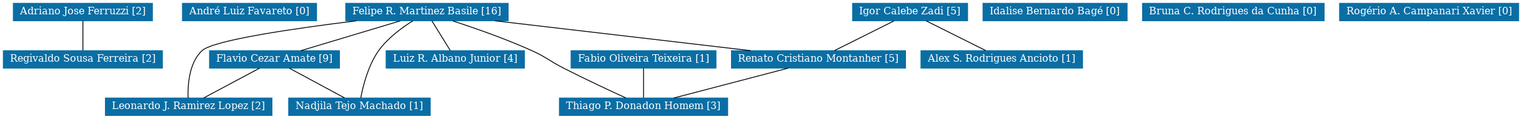
Data-Science-Research/colaboracaoacademicaGITES keeps this Graphviz diagram as grafoDeColaboracoesSemPesos.png. Above is the earlier version. Its source is kept beside it as grafoDeColaboracoesSemPesos.dot.
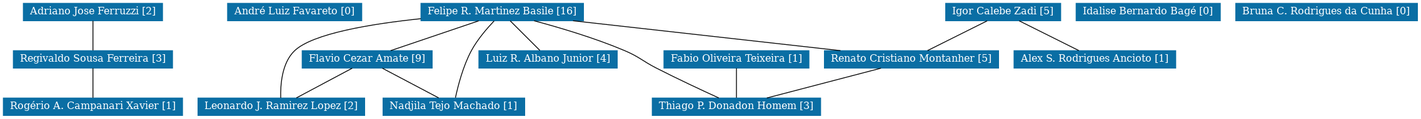
After the commit.

The edit, as a diff of the source:
```diff
@@ -1,5 +1,5 @@
 strict graph grafo1 {
-	graph [bb="0,0,1819,135",
+	graph [bb="0,0,1696.5,135",
 		id=grafo1,
 		overlap=False
 	];
@@ -13,124 +13,125 @@
 		fontcolor="#FFFFFF",
 		height=0.29167,
 		label="Adriano Jose Ferruzzi [2]",
-		pos="95.5,124.5",
+		pos="107.5,124.5",
 		width=2.3194];
 	8	[URL="membro-8291123108448027.html",
 		color="#0A6EA4",
 		fontcolor="#FFFFFF",
 		height=0.29167,
-		label="Regivaldo Sousa Ferreira [2]",
-		pos="95.5,67.5",
+		label="Regivaldo Sousa Ferreira [3]",
+		pos="107.5,67.5",
 		width=2.6528];
-	0 -- 8	[pos="95.5,113.92 95.5,103.95 95.5,88.408 95.5,78.341"];
+	0 -- 8	[pos="107.5,113.92 107.5,103.95 107.5,88.408 107.5,78.341"];
+	12	[URL="membro-5904768897181890.html",
+		color="#0A6EA4",
+		fontcolor="#FFFFFF",
+		height=0.29167,
+		label="Rogério A. Campanari Xavier [1]",
+		pos="107.5,10.5",
+		width=2.9861];
+	8 -- 12	[pos="107.5,56.92 107.5,46.948 107.5,31.408 107.5,21.341"];
 	1	[URL="membro-1741814375809802.html",
 		color="#0A6EA4",
 		fontcolor="#FFFFFF",
 		height=0.29167,
 		label="André Luiz Favareto [0]",
-		pos="295.5,124.5",
+		pos="349.5,124.5",
 		width=2.2361];
 	2	[URL="membro-9543740522912391.html",
 		color="#0A6EA4",
 		fontcolor="#FFFFFF",
 		height=0.29167,
 		label="Fabio Oliveira Teixeira [1]",
-		pos="768.5,67.5",
+		pos="879.5,67.5",
 		width=2.4167];
 	13	[URL="membro-6109272293288485.html",
 		color="#0A6EA4",
 		fontcolor="#FFFFFF",
 		height=0.29167,
 		label="Thiago P. Donadon Homem [3]",
-		pos="768.5,10.5",
+		pos="879.5,10.5",
 		width=2.8056];
-	2 -- 13	[pos="768.5,56.92 768.5,46.948 768.5,31.408 768.5,21.341"];
+	2 -- 13	[pos="879.5,56.92 879.5,46.948 879.5,31.408 879.5,21.341"];
 	3	[URL="membro-6413817150886826.html",
 		color="#0A6EA4",
 		fontcolor="#FFFFFF",
 		height=0.29167,
 		label="Felipe R. Martinez Basile [16]",
-		pos="508.5,124.5",
+		pos="598.5,124.5",
 		width=2.7083];
-	3 -- 13	[pos="539.08,113.97 564.93,105.55 602.73,92.407 634.5,78 652.07,70.031 655.33,65.803 672.5,57 697.94,43.958 727.77,30.029 747.34,21.068"];
+	3 -- 13	[pos="636.72,113.98 666.85,105.93 709.61,93.279 745.5,78 763.25,70.441 766.33,65.803 783.5,57 808.94,43.958 838.77,30.029 858.34,21.068"];
 	4	[URL="membro-8976791755900010.html",
 		color="#0A6EA4",
 		fontcolor="#FFFFFF",
 		height=0.29167,
 		label="Flavio Cezar Amate [9]",
-		pos="325.5,67.5",
+		pos="436.5,67.5",
 		width=2.1667];
-	3 -- 4	[pos="476.62,113.92 443.14,103.86 390.78,88.12 357.32,78.063"];
+	3 -- 4	[pos="570.28,113.92 540.64,103.86 494.29,88.12 464.67,78.063"];
 	7	[URL="membro-8754322948547165.html",
 		color="#0A6EA4",
 		fontcolor="#FFFFFF",
 		height=0.29167,
 		label="Luiz R. Albano Junior [4]",
-		pos="542.5,67.5",
+		pos="653.5,67.5",
 		width=2.3056];
-	3 -- 7	[pos="514.42,113.92 520.59,103.95 530.19,88.408 536.42,78.341"];
+	3 -- 7	[pos="608.08,113.92 618.05,103.95 633.59,88.408 643.66,78.341"];
 	9	[URL="membro-0270118728577579.html",
 		color="#0A6EA4",
 		fontcolor="#FFFFFF",
 		height=0.29167,
 		label="Renato Cristiano Montanher [5]",
-		pos="978.5,67.5",
+		pos="1089.5,67.5",
 		width=2.9028];
-	3 -- 9	[pos="589.83,113.98 675.88,103.91 810.87,88.116 896.98,78.039"];
+	3 -- 9	[pos="683.47,113.98 773.36,103.91 914.38,88.116 1004.3,78.039"];
 	14	[URL="membro-0112108049902805.html",
 		color="#0A6EA4",
 		fontcolor="#FFFFFF",
 		height=0.29167,
 		label="Nadjila Tejo Machado [1]",
-		pos="427.5,10.5",
+		pos="540.5,10.5",
 		width=2.3611];
-	3 -- 14	[pos="491.58,113.94 478.69,105.87 461.35,93.215 450.5,78 437.88,60.293 431.69,35.06 429.09,21.327"];
+	3 -- 14	[pos="588.78,113.82 580.51,105.11 568.84,91.623 561.5,78 551.39,59.242 545.26,34.845 542.41,21.428"];
 	15	[URL="membro-4323140190774391.html",
 		color="#0A6EA4",
 		fontcolor="#FFFFFF",
 		height=0.29167,
 		label="Leonardo J. Ramirez Lopez [2]",
-		pos="222.5,10.5",
+		pos="333.5,10.5",
 		width=2.7778];
-	3 -- 15	[pos="424.01,113.97 349.98,104.87 252.1,90.689 238.5,78 222.7,63.256 221.28,35.865 221.78,21.261"];
-	4 -- 14	[pos="343.27,56.92 361.87,46.886 390.94,31.216 409.59,21.155"];
-	4 -- 15	[pos="307.56,56.92 288.77,46.886 259.42,31.216 240.58,21.155"];
-	9 -- 13	[pos="941.92,56.92 903.49,46.856 843.41,31.12 805.01,21.063"];
+	3 -- 15	[pos="500.95,116.52 440.89,110.22 371.33,98.65 349.5,78 333.8,63.147 332.34,35.802 332.8,21.234"];
+	4 -- 14	[pos="454.62,56.92 473.59,46.886 503.22,31.216 522.24,21.155"];
+	4 -- 15	[pos="418.56,56.92 399.77,46.886 370.42,31.216 351.58,21.155"];
+	9 -- 13	[pos="1052.9,56.92 1014.5,46.856 954.41,31.12 916.01,21.063"];
 	5	[URL="membro-0255523082900191.html",
 		color="#0A6EA4",
 		fontcolor="#FFFFFF",
 		height=0.29167,
 		label="Idalise Bernardo Bagé [0]",
-		pos="1262.5,124.5",
+		pos="1373.5,124.5",
 		width=2.4028];
 	6	[URL="membro-0150761926799891.html",
 		color="#0A6EA4",
 		fontcolor="#FFFFFF",
 		height=0.29167,
 		label="Igor Calebe Zadi [5]",
-		pos="1088.5,124.5",
+		pos="1199.5,124.5",
 		width=1.9167];
-	6 -- 9	[pos="1069.3,113.92 1049.3,103.89 1017.9,88.216 997.81,78.155"];
+	6 -- 9	[pos="1180.3,113.92 1160.3,103.89 1128.9,88.216 1108.8,78.155"];
 	10	[URL="membro-7290375482443455.html",
 		color="#0A6EA4",
 		fontcolor="#FFFFFF",
 		height=0.29167,
 		label="Alex S. Rodrigues Ancioto [1]",
-		pos="1198.5,67.5",
+		pos="1309.5,67.5",
 		width=2.6944];
-	6 -- 10	[pos="1107.7,113.92 1127.7,103.89 1159.1,88.216 1179.2,78.155"];
+	6 -- 10	[pos="1218.7,113.92 1238.7,103.89 1270.1,88.216 1290.2,78.155"];
 	11	[URL="membro-5631261956953546.html",
 		color="#0A6EA4",
 		fontcolor="#FFFFFF",
 		height=0.29167,
 		label="Bruna C. Rodrigues da Cunha [0]",
-		pos="1476.5,124.5",
+		pos="1587.5,124.5",
 		width=3.0278];
-	12	[URL="membro-5904768897181890.html",
-		color="#0A6EA4",
-		fontcolor="#FFFFFF",
-		height=0.29167,
-		label="Rogério A. Campanari Xavier [0]",
-		pos="1711.5,124.5",
-		width=2.9861];
 }
```
